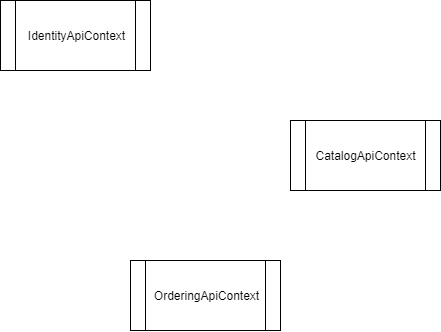
This is DDD_OnlineShop_DomainEvent_List.PNG from stsiwo/ddd_concept, a draw.io export, as it was before one commit. Source tidied: cells renumbered, new cells last; positions are measured from the earlier drawing's top-left corner, leaving out a move shared by most shapes. Source of this version:
```xml
<mxGraphModel>
  <root>
    <mxCell id="0" />
    <mxCell id="1" parent="0" />
    <mxCell id="2" value="IdentityApiContext" style="shape=process;whiteSpace=wrap;html=1;backgroundOutline=1;" parent="1" vertex="1">
      <mxGeometry width="150" height="70" as="geometry" />
    </mxCell>
    <mxCell id="3" value="CatalogApiContext" style="shape=process;whiteSpace=wrap;html=1;backgroundOutline=1;" parent="1" vertex="1">
      <mxGeometry x="290" y="120" width="150" height="70" as="geometry" />
    </mxCell>
    <mxCell id="4" value="OrderingApiContext" style="shape=process;whiteSpace=wrap;html=1;backgroundOutline=1;" parent="1" vertex="1">
      <mxGeometry x="130" y="260" width="150" height="70" as="geometry" />
    </mxCell>
  </root>
</mxGraphModel>
```
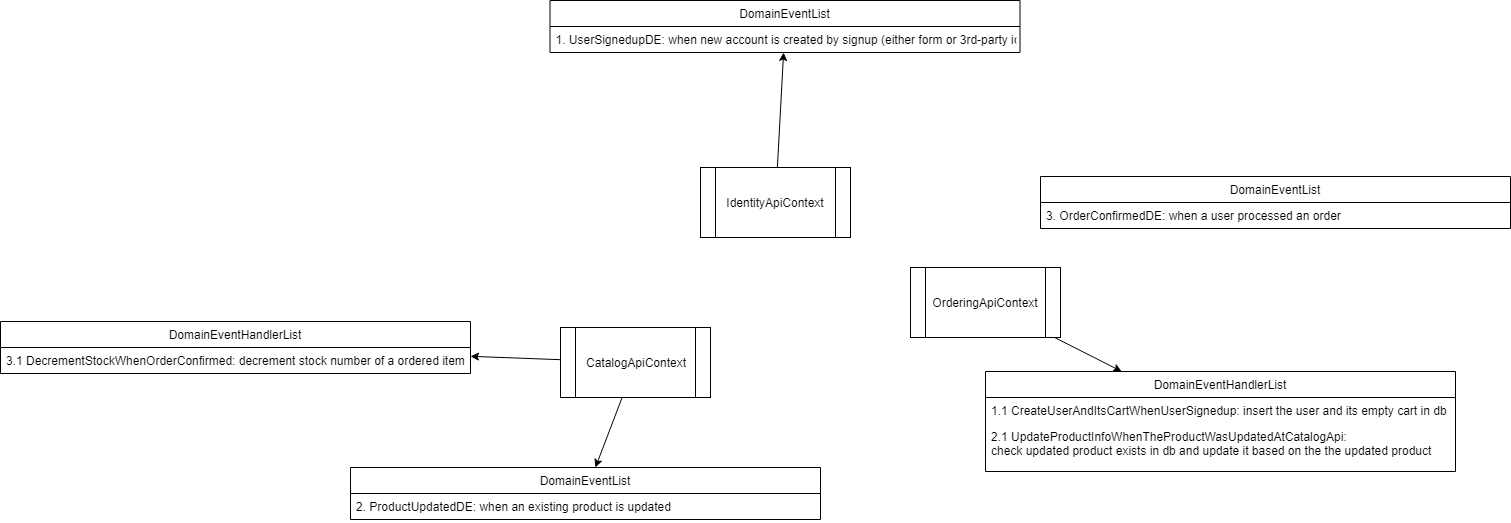
After the change.

Diff of the diagram source:
```diff
@@ -2,14 +2,59 @@
   <root>
     <mxCell id="0" />
     <mxCell id="1" parent="0" />
+    <mxCell id="5" style="rounded=0;jettySize=auto;html=1;" parent="1" edge="1" source="2" target="9">
+      <mxGeometry relative="1" as="geometry" />
+    </mxCell>
     <mxCell id="2" value="IdentityApiContext" style="shape=process;whiteSpace=wrap;html=1;backgroundOutline=1;" parent="1" vertex="1">
-      <mxGeometry width="150" height="70" as="geometry" />
+      <mxGeometry x="-20" width="150" height="70" as="geometry" />
     </mxCell>
+    <mxCell id="6" style="edgeStyle=none;rounded=0;jettySize=auto;html=1;" parent="1" edge="1" source="3" target="14">
+      <mxGeometry relative="1" as="geometry" />
+    </mxCell>
+    <mxCell id="7" style="edgeStyle=none;rounded=0;jettySize=auto;html=1;" parent="1" edge="1" source="3" target="18">
+      <mxGeometry relative="1" as="geometry" />
+    </mxCell>
     <mxCell id="3" value="CatalogApiContext" style="shape=process;whiteSpace=wrap;html=1;backgroundOutline=1;" parent="1" vertex="1">
-      <mxGeometry x="290" y="120" width="150" height="70" as="geometry" />
+      <mxGeometry x="-160" y="160" width="150" height="70" as="geometry" />
     </mxCell>
+    <mxCell id="8" style="edgeStyle=none;rounded=0;jettySize=auto;html=1;" parent="1" edge="1" source="4" target="11">
+      <mxGeometry relative="1" as="geometry" />
+    </mxCell>
     <mxCell id="4" value="OrderingApiContext" style="shape=process;whiteSpace=wrap;html=1;backgroundOutline=1;" parent="1" vertex="1">
-      <mxGeometry x="130" y="260" width="150" height="70" as="geometry" />
+      <mxGeometry x="190" y="100" width="150" height="70" as="geometry" />
     </mxCell>
+    <mxCell id="9" value="DomainEventList" style="swimlane;fontStyle=0;horizontal=1;startSize=26;fillColor=none;" parent="1" vertex="1">
+      <mxGeometry x="-170.5" y="-167" width="470" height="52" as="geometry" />
+    </mxCell>
+    <mxCell id="10" value="1. UserSignedupDE: when new account is created by signup (either form or 3rd-party idp)" style="text;strokeColor=none;fillColor=none;align=left;verticalAlign=top;spacingLeft=4;spacingRight=4;overflow=hidden;" parent="9" vertex="1">
+      <mxGeometry y="26" width="470" height="26" as="geometry" />
+    </mxCell>
+    <mxCell id="11" value="DomainEventHandlerList" style="swimlane;fontStyle=0;horizontal=1;startSize=26;fillColor=none;" parent="1" vertex="1">
+      <mxGeometry x="265" y="204" width="470" height="100" as="geometry" />
+    </mxCell>
+    <mxCell id="12" value="1.1 CreateUserAndItsCartWhenUserSignedup: insert the user and its empty cart in db" style="text;strokeColor=none;fillColor=none;align=left;verticalAlign=top;spacingLeft=4;spacingRight=4;overflow=hidden;" parent="11" vertex="1">
+      <mxGeometry y="26" width="470" height="26" as="geometry" />
+    </mxCell>
+    <mxCell id="13" value="2.1 UpdateProductInfoWhenTheProductWasUpdatedAtCatalogApi: &#10;check updated product exists in db and update it based on the the updated product" style="text;strokeColor=none;fillColor=none;align=left;verticalAlign=top;spacingLeft=4;spacingRight=4;overflow=hidden;" parent="11" vertex="1">
+      <mxGeometry y="52" width="470" height="48" as="geometry" />
+    </mxCell>
+    <mxCell id="14" value="DomainEventList" style="swimlane;fontStyle=0;horizontal=1;startSize=26;fillColor=none;" parent="1" vertex="1">
+      <mxGeometry x="-370" y="300" width="470" height="52" as="geometry" />
+    </mxCell>
+    <mxCell id="15" value="2. ProductUpdatedDE: when an existing product is updated" style="text;strokeColor=none;fillColor=none;align=left;verticalAlign=top;spacingLeft=4;spacingRight=4;overflow=hidden;" parent="14" vertex="1">
+      <mxGeometry y="26" width="470" height="26" as="geometry" />
+    </mxCell>
+    <mxCell id="16" value="DomainEventList" style="swimlane;fontStyle=0;horizontal=1;startSize=26;fillColor=none;" parent="1" vertex="1">
+      <mxGeometry x="320" y="9" width="470" height="52" as="geometry" />
+    </mxCell>
+    <mxCell id="17" value="3. OrderConfirmedDE: when a user processed an order" style="text;strokeColor=none;fillColor=none;align=left;verticalAlign=top;spacingLeft=4;spacingRight=4;overflow=hidden;" parent="16" vertex="1">
+      <mxGeometry y="26" width="470" height="26" as="geometry" />
+    </mxCell>
+    <mxCell id="18" value="DomainEventHandlerList" style="swimlane;fontStyle=0;horizontal=1;startSize=26;fillColor=none;" parent="1" vertex="1">
+      <mxGeometry x="-720" y="154" width="470" height="52" as="geometry" />
+    </mxCell>
+    <mxCell id="19" value="3.1 DecrementStockWhenOrderConfirmed: decrement stock number of a ordered item" style="text;strokeColor=none;fillColor=none;align=left;verticalAlign=top;spacingLeft=4;spacingRight=4;overflow=hidden;" parent="18" vertex="1">
+      <mxGeometry y="26" width="470" height="26" as="geometry" />
+    </mxCell>
   </root>
 </mxGraphModel>
```
